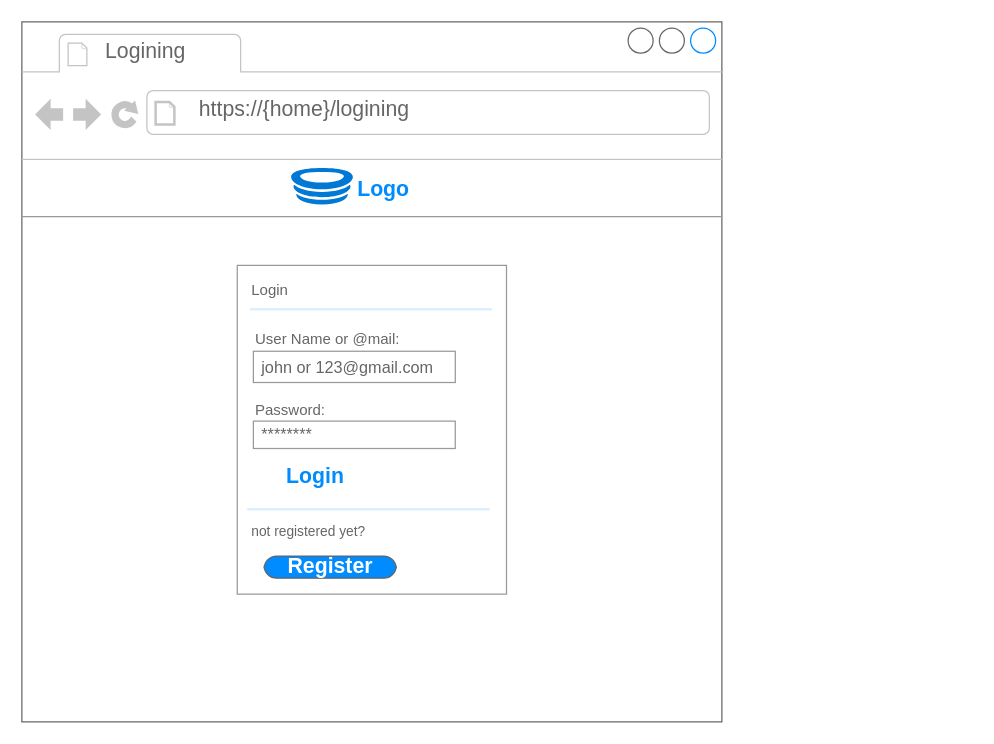
This is page "Mockup_Login_Page" (4 of 8) of Board_Use_Case_Diagramm.drawio from ololnovolol/ScrumBoardApp, a draw.io file, before an edit. Source tidied: cells renumbered, new cells numbered last; positions are measured from the earlier drawing's top-left corner, leaving out a move shared by most shapes. Both pictures are drawn from the tidied source at 125%, with x=0, y=0 at pixel (21, 21).
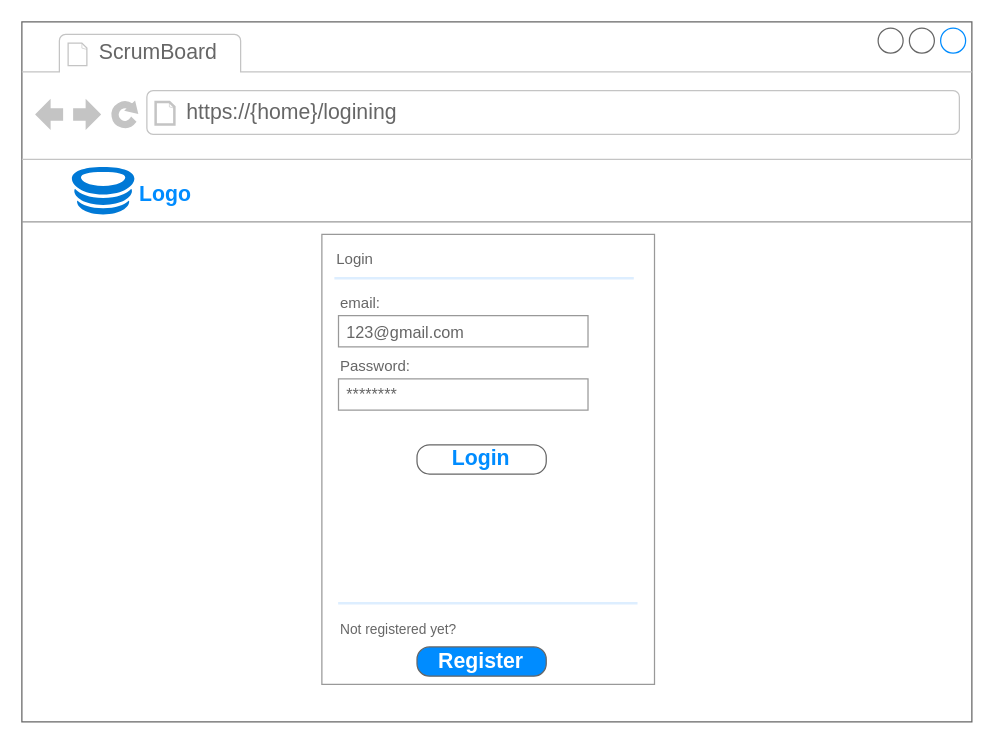
After the change.

What changed in the source:
```diff
@@
-    <mxCell id="2" style="group;" parent="1" vertex="1">
-      <mxGeometry width="560" height="560" as="geometry" />
-    </mxCell>
-    <mxCell id="3" style="strokeWidth=1;shadow=0;dashed=0;align=center;html=1;shape=mxgraph.mockup.containers.browserWindow;rSize=0;strokeColor=#666666;strokeColor2=#008cff;strokeColor3=#c4c4c4;mainText=,;" parent="2" vertex="1">
-      <mxGeometry width="560" height="560" as="geometry" />
-    </mxCell>
-    <mxCell id="4" value="Logining" style="strokeWidth=1;shadow=0;dashed=0;align=center;html=1;shape=mxgraph.mockup.containers.anchor;fontSize=17;fontColor=#666666;align=left;" parent="2" vertex="1">
-      <mxGeometry x="64.6" y="11.7" width="118.5" height="25.3" as="geometry" />
-    </mxCell>
+    <mxCell id="24" style="strokeWidth=1;shadow=0;dashed=0;align=center;html=1;shape=mxgraph.mockup.containers.browserWindow;rSize=0;strokeColor=#666666;strokeColor2=#008cff;strokeColor3=#c4c4c4;mainText=,;" parent="1" vertex="1">
+      <mxGeometry width="760" height="560" as="geometry" />
+    </mxCell>
+    <mxCell id="25" value="ScrumBoard" style="strokeWidth=1;shadow=0;dashed=0;align=center;html=1;shape=mxgraph.mockup.containers.anchor;fontSize=17;fontColor=#666666;align=left;" parent="24" vertex="1">
+      <mxGeometry x="60" y="12" width="110" height="26" as="geometry" />
+    </mxCell>
-    <mxCell id="5" value="https://{home}/logining" style="strokeWidth=1;shadow=0;dashed=0;align=center;html=1;shape=mxgraph.mockup.containers.anchor;rSize=0;fontSize=17;fontColor=#666666;align=left;" parent="2" vertex="1">
-      <mxGeometry x="140" y="58.4" width="269.2" height="25.3" as="geometry" />
+    <mxCell id="5" value="https://{home}/logining" style="strokeWidth=1;shadow=0;dashed=0;align=center;html=1;shape=mxgraph.mockup.containers.anchor;rSize=0;fontSize=17;fontColor=#666666;align=left;" parent="24" vertex="1">
+      <mxGeometry x="130" y="60" width="250" height="26" as="geometry" />
     </mxCell>
-    <mxCell id="6" style="verticalLabelPosition=bottom;shadow=0;dashed=0;align=center;html=1;verticalAlign=top;strokeWidth=1;shape=mxgraph.mockup.markup.line;strokeColor=#999999;fontSize=16;" parent="2" vertex="1">
-      <mxGeometry y="146.1" width="560" height="19.5" as="geometry" />
-    </mxCell>
-    <mxCell id="7" style="strokeWidth=1;shadow=0;dashed=0;align=center;html=1;shape=mxgraph.mockup.forms.rrect;rSize=0;strokeColor=#999999;fillColor=#ffffff;fontSize=13;fontColor=#000000;" parent="2" vertex="1">
-      <mxGeometry x="172.3" y="194.8" width="215.4" height="263" as="geometry" />
-    </mxCell>
+    <mxCell id="26" style="verticalLabelPosition=bottom;shadow=0;dashed=0;align=center;html=1;verticalAlign=top;strokeWidth=1;shape=mxgraph.mockup.markup.line;strokeColor=#999999;fontSize=16;" parent="24" vertex="1">
+      <mxGeometry y="150" width="760" height="20" as="geometry" />
+    </mxCell>
+    <mxCell id="27" style="group;" parent="24" vertex="1">
+      <mxGeometry x="40" y="116" width="120" height="38" as="geometry" />
+    </mxCell>
+    <mxCell id="22" value="Logo" style="strokeWidth=1;shadow=0;dashed=0;align=center;html=1;shape=mxgraph.mockup.buttons.button;mainText=;buttonStyle=round;fontSize=17;fontStyle=1;whiteSpace=wrap;strokeColor=#FFFFFF;fontColor=#008CFF;" parent="27" vertex="1">
+      <mxGeometry x="30" y="8" width="90" height="30" as="geometry" />
+    </mxCell>
+    <mxCell id="28" style="sketch=0;shadow=0;dashed=0;html=1;strokeColor=none;labelPosition=center;verticalLabelPosition=bottom;verticalAlign=top;align=center;shape=mxgraph.mscae.cloud.hockeyapp;fillColor=#0079D6;fontSize=16;fontColor=#008CFF;" parent="27" vertex="1">
+      <mxGeometry width="50" height="38" as="geometry" />
+    </mxCell>
+    <mxCell id="29" style="strokeWidth=1;shadow=0;dashed=0;align=center;html=1;shape=mxgraph.mockup.forms.rrect;rSize=0;strokeColor=#999999;fillColor=#ffffff;fontSize=13;fontColor=#000000;" parent="24" vertex="1">
+      <mxGeometry x="240" y="170" width="266.1" height="360" as="geometry" />
+    </mxCell>
-    <mxCell id="8" value="Login" style="strokeWidth=1;shadow=0;dashed=0;align=center;html=1;shape=mxgraph.mockup.forms.anchor;fontSize=12;fontColor=#666666;align=left;spacingLeft=0;gradientColor=none;" parent="7" vertex="1">
-      <mxGeometry width="107.69" height="20" relative="1" as="geometry">
+    <mxCell id="8" value="Login" style="strokeWidth=1;shadow=0;dashed=0;align=center;html=1;shape=mxgraph.mockup.forms.anchor;fontSize=12;fontColor=#666666;align=left;spacingLeft=0;gradientColor=none;" parent="29" vertex="1">
+      <mxGeometry width="133.07" height="20" relative="1" as="geometry">
         <mxPoint x="10" y="10" as="offset" />
       </mxGeometry>
     </mxCell>
-    <mxCell id="9" style="shape=line;strokeColor=#ddeeff;strokeWidth=2;html=1;fontSize=13;fontColor=#000000;gradientColor=none;" parent="7" vertex="1">
-      <mxGeometry width="193.85" height="10" relative="1" as="geometry">
-        <mxPoint x="10" y="30" as="offset" />
-      </mxGeometry>
-    </mxCell>
-    <mxCell id="10" style="strokeWidth=1;shadow=0;dashed=0;align=center;html=1;shape=mxgraph.mockup.forms.anchor;fontSize=12;fontColor=#9999ff;align=left;spacingLeft=0;fontStyle=4;gradientColor=none;" parent="7" vertex="1">
-      <mxGeometry y="1" width="161.54" height="20" relative="1" as="geometry">
-        <mxPoint x="10" y="-110" as="offset" />
-      </mxGeometry>
-    </mxCell>
-    <mxCell id="11" style="shape=line;strokeColor=#ddeeff;strokeWidth=2;html=1;fontSize=13;fontColor=#000000;gradientColor=none;" parent="7" vertex="1">
-      <mxGeometry y="1" width="193.85" height="10" relative="1" as="geometry">
-        <mxPoint x="8" y="-73" as="offset" />
-      </mxGeometry>
-    </mxCell>
-    <mxCell id="12" value="&lt;font style=&quot;font-size: 11px;&quot;&gt;not registered yet?&lt;/font&gt;" style="strokeWidth=1;shadow=0;dashed=0;align=center;html=1;shape=mxgraph.mockup.forms.anchor;fontSize=12;fontColor=#666666;align=left;spacingLeft=0;gradientColor=none;" parent="7" vertex="1">
-      <mxGeometry y="1" width="161.54" height="20" relative="1" as="geometry">
-        <mxPoint x="10" y="-60" as="offset" />
-      </mxGeometry>
-    </mxCell>
-    <mxCell id="13" value="Register" style="strokeWidth=1;shadow=0;dashed=0;align=center;html=1;shape=mxgraph.mockup.buttons.button;strokeColor=#666666;fontColor=#ffffff;mainText=;buttonStyle=round;fontSize=17;fontStyle=1;fillColor=#008cff;whiteSpace=wrap;" parent="7" vertex="1">
-      <mxGeometry x="21.5" y="232.5" width="105.7" height="17.7" as="geometry" />
-    </mxCell>
-    <mxCell id="14" value="Login" style="strokeWidth=1;shadow=0;dashed=0;align=center;html=1;shape=mxgraph.mockup.buttons.button;mainText=;buttonStyle=round;fontSize=17;fontStyle=1;whiteSpace=wrap;strokeColor=#FFFFFF;fontColor=#008CFF;" parent="7" vertex="1">
-      <mxGeometry x="10.8" y="158.5" width="103.8" height="21.7" as="geometry" />
-    </mxCell>
-    <mxCell id="15" style="group;" parent="7" vertex="1">
-      <mxGeometry x="12.9" y="107.1" width="161.5" height="39.4" as="geometry" />
-    </mxCell>
+    <mxCell id="30" style="shape=line;strokeColor=#ddeeff;strokeWidth=2;html=1;fontSize=13;fontColor=#000000;gradientColor=none;" parent="29" vertex="1">
+      <mxGeometry width="239.53" height="10" relative="1" as="geometry">
+        <mxPoint x="10" y="30" as="offset" />
+      </mxGeometry>
+    </mxCell>
+    <mxCell id="31" style="strokeWidth=1;shadow=0;dashed=0;align=center;html=1;shape=mxgraph.mockup.forms.anchor;fontSize=12;fontColor=#9999ff;align=left;spacingLeft=0;fontStyle=4;gradientColor=none;" parent="29" vertex="1">
+      <mxGeometry y="1" width="199.61" height="20" relative="1" as="geometry">
+        <mxPoint x="10" y="-110" as="offset" />
+      </mxGeometry>
+    </mxCell>
+    <mxCell id="32" style="shape=line;strokeColor=#ddeeff;strokeWidth=2;html=1;fontSize=13;fontColor=#000000;gradientColor=none;" parent="29" vertex="1">
+      <mxGeometry y="1" width="239.53" height="10" relative="1" as="geometry">
+        <mxPoint x="13" y="-70" as="offset" />
+      </mxGeometry>
+    </mxCell>
+    <mxCell id="33" value="&lt;span style=&quot;font-size: 11px;&quot;&gt;Not registered yet?&lt;/span&gt;" style="strokeWidth=1;shadow=0;dashed=0;align=center;html=1;shape=mxgraph.mockup.forms.anchor;fontSize=12;fontColor=#666666;align=left;spacingLeft=0;gradientColor=none;" parent="29" vertex="1">
+      <mxGeometry y="1" width="199.61" height="20" relative="1" as="geometry">
+        <mxPoint x="13" y="-54" as="offset" />
+      </mxGeometry>
+    </mxCell>
+    <mxCell id="34" style="group;" parent="29" vertex="1">
+      <mxGeometry x="13.3" y="45" width="199.6" height="50.6" as="geometry" />
+    </mxCell>
+    <mxCell id="35" value="email:" style="strokeWidth=1;shadow=0;dashed=0;align=center;html=1;shape=mxgraph.mockup.forms.anchor;fontSize=12;fontColor=#666666;align=left;spacingLeft=0;gradientColor=none;" parent="34" vertex="1">
+      <mxGeometry width="133.07" height="20" relative="1" as="geometry" />
+    </mxCell>
+    <mxCell id="36" value="123@gmail.com" style="strokeWidth=1;shadow=0;dashed=0;align=center;html=1;shape=mxgraph.mockup.forms.rrect;rSize=0;strokeColor=#999999;fontColor=#666666;align=left;spacingLeft=5;fontSize=13;gradientColor=none;" parent="34" vertex="1">
+      <mxGeometry width="199.61" height="25" relative="1" as="geometry">
+        <mxPoint y="20" as="offset" />
+      </mxGeometry>
+    </mxCell>
+    <mxCell id="37" style="group;" parent="29" vertex="1">
+      <mxGeometry x="13.3" y="95.6" width="199.6" height="50.6" as="geometry" />
+    </mxCell>
-    <mxCell id="16" value="Password:" style="strokeWidth=1;shadow=0;dashed=0;align=center;html=1;shape=mxgraph.mockup.forms.anchor;fontSize=12;fontColor=#666666;align=left;spacingLeft=0;gradientColor=none;" parent="15" vertex="1">
-      <mxGeometry width="107.7" height="17.5" as="geometry" />
+    <mxCell id="16" value="Password:" style="strokeWidth=1;shadow=0;dashed=0;align=center;html=1;shape=mxgraph.mockup.forms.anchor;fontSize=12;fontColor=#666666;align=left;spacingLeft=0;gradientColor=none;" parent="37" vertex="1">
+      <mxGeometry width="133.07" height="20" relative="1" as="geometry" />
     </mxCell>
-    <mxCell id="17" value="********" style="strokeWidth=1;shadow=0;dashed=0;align=center;html=1;shape=mxgraph.mockup.forms.rrect;rSize=0;strokeColor=#999999;fontColor=#666666;align=left;spacingLeft=5;fontSize=13;gradientColor=none;" parent="15" vertex="1">
-      <mxGeometry y="17.5" width="161.5" height="21.9" as="geometry" />
+    <mxCell id="17" value="********" style="strokeWidth=1;shadow=0;dashed=0;align=center;html=1;shape=mxgraph.mockup.forms.rrect;rSize=0;strokeColor=#999999;fontColor=#666666;align=left;spacingLeft=5;fontSize=13;gradientColor=none;" parent="37" vertex="1">
+      <mxGeometry width="199.61" height="25" relative="1" as="geometry">
+        <mxPoint y="20" as="offset" />
+      </mxGeometry>
     </mxCell>
-    <mxCell id="18" style="group;" parent="7" vertex="1">
-      <mxGeometry x="12.9" y="48.7" width="161.5" height="37" as="geometry" />
-    </mxCell>
-    <mxCell id="19" value="User Name or @mail:" style="strokeWidth=1;shadow=0;dashed=0;align=center;html=1;shape=mxgraph.mockup.forms.anchor;fontSize=12;fontColor=#666666;align=left;spacingLeft=0;gradientColor=none;" parent="18" vertex="1">
-      <mxGeometry width="107.69" height="20" relative="1" as="geometry" />
-    </mxCell>
-    <mxCell id="20" value="john or 123@gmail.com" style="strokeWidth=1;shadow=0;dashed=0;align=center;html=1;shape=mxgraph.mockup.forms.rrect;rSize=0;strokeColor=#999999;fontColor=#666666;align=left;spacingLeft=5;fontSize=13;gradientColor=none;" parent="18" vertex="1">
-      <mxGeometry width="161.54" height="25" relative="1" as="geometry">
-        <mxPoint y="20" as="offset" />
-      </mxGeometry>
-    </mxCell>
-    <mxCell id="21" style="group;" parent="2" vertex="1">
-      <mxGeometry x="215.4" y="116.9" width="118.5" height="29.2" as="geometry" />
-    </mxCell>
-    <mxCell id="22" value="Logo" style="strokeWidth=1;shadow=0;dashed=0;align=center;html=1;shape=mxgraph.mockup.buttons.button;mainText=;buttonStyle=round;fontSize=17;fontStyle=1;whiteSpace=wrap;strokeColor=#FFFFFF;fontColor=#008CFF;" parent="21" vertex="1">
-      <mxGeometry x="29.6" y="6.2" width="88.8" height="23.1" as="geometry" />
-    </mxCell>
-    <mxCell id="23" style="sketch=0;shadow=0;dashed=0;html=1;strokeColor=none;labelPosition=center;verticalLabelPosition=bottom;verticalAlign=top;align=center;shape=mxgraph.mscae.cloud.hockeyapp;fillColor=#0079D6;fontSize=16;fontColor=#008CFF;" parent="21" vertex="1">
-      <mxGeometry width="49.4" height="29.2" as="geometry" />
-    </mxCell>
+    <mxCell id="14" value="&lt;span style=&quot;color: rgb(0, 140, 255);&quot;&gt;Login&lt;/span&gt;" style="strokeWidth=1;shadow=0;dashed=0;align=center;html=1;shape=mxgraph.mockup.buttons.button;strokeColor=#666666;fontColor=#ffffff;mainText=;buttonStyle=round;fontSize=17;fontStyle=1;fillColor=#FFFFFF;whiteSpace=wrap;gradientColor=none;sketch=0;labelBackgroundColor=none;labelBorderColor=none;" parent="29" vertex="1">
+      <mxGeometry x="76.1" y="168.3" width="103.4" height="23.4" as="geometry" />
+    </mxCell>
+    <mxCell id="13" value="Register" style="strokeWidth=1;shadow=0;dashed=0;align=center;html=1;shape=mxgraph.mockup.buttons.button;strokeColor=#666666;fontColor=#ffffff;mainText=;buttonStyle=round;fontSize=17;fontStyle=1;fillColor=#008cff;whiteSpace=wrap;" parent="29" vertex="1">
+      <mxGeometry x="76.1" y="330" width="103.4" height="23.4" as="geometry" />
+    </mxCell>
```
